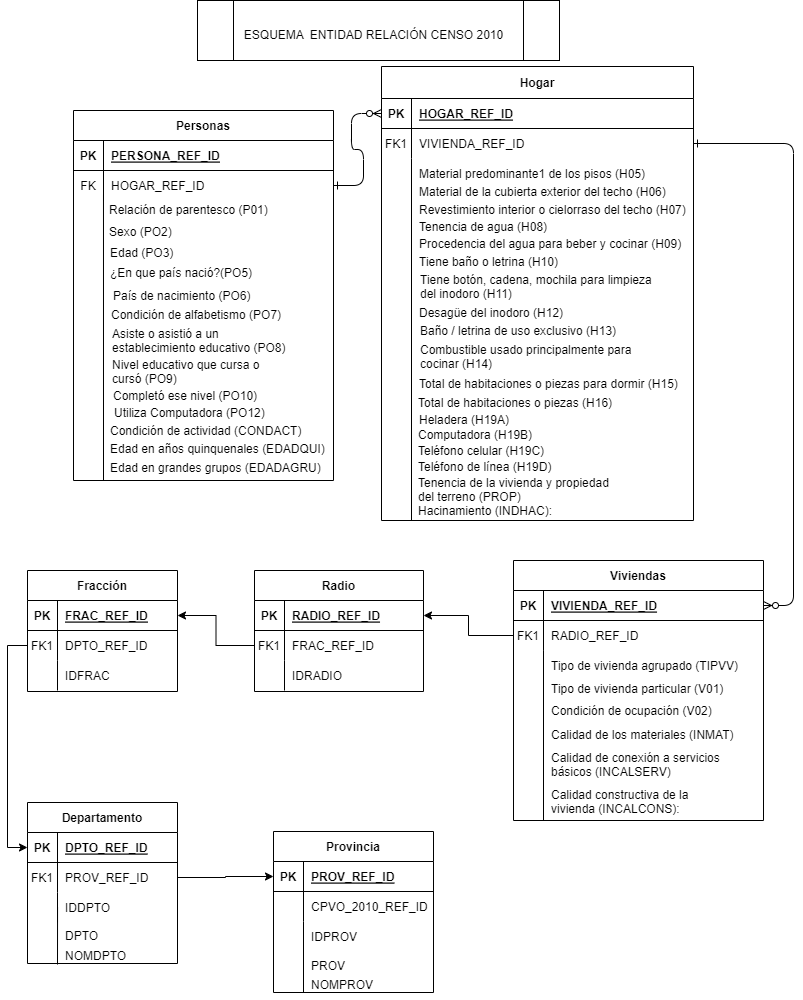
Above: Esquema entidad relación.drawio.png in GuidoLagana/TRABAJOMET4OP (draw.io), before the change. Source tidied: cells renumbered, new cells last; positions are measured from the earlier drawing's top-left corner, leaving out a move shared by most shapes.
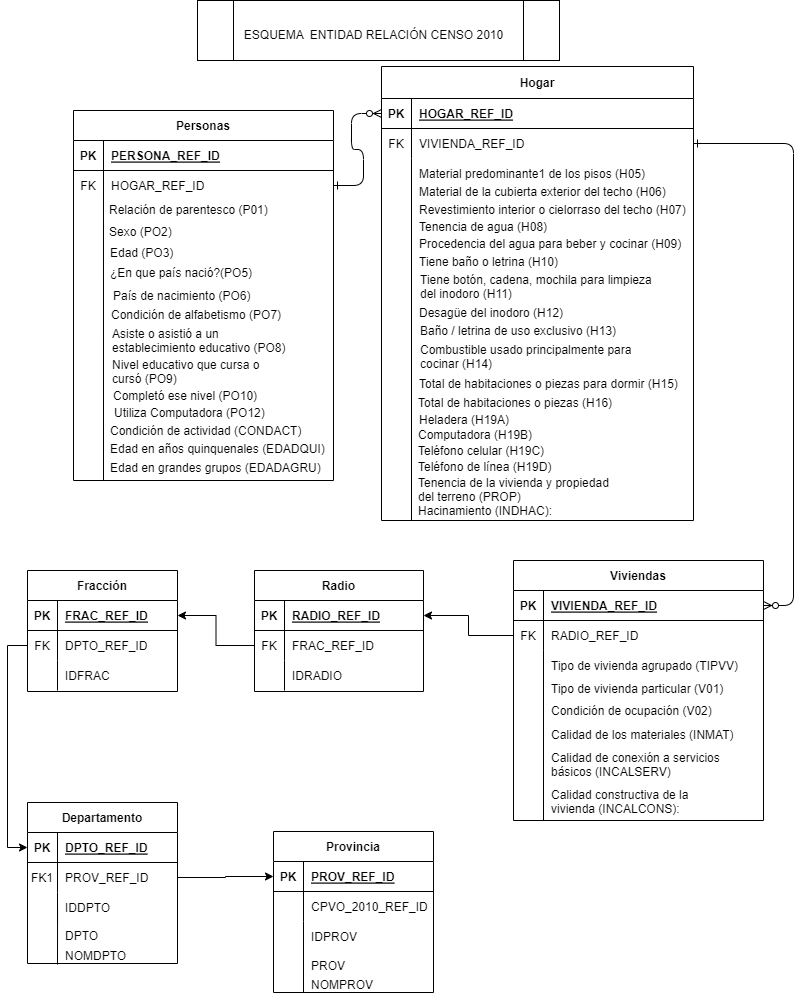
The same diagram one commit later.

Change to the diagram source:
```diff
@@ -29,7 +29,7 @@
     <mxCell id="8" style="shape=partialRectangle;fillColor=none;points=[[0,0.5],[1,0.5]];portConstraint=eastwest;top=0;left=0;right=0;bottom=0;" parent="4" vertex="1">
       <mxGeometry y="62" width="312" height="30" as="geometry" />
     </mxCell>
-    <mxCell id="9" value="FK1" style="shape=partialRectangle;overflow=hidden;fillColor=none;top=0;left=0;bottom=0;right=0;" parent="8" vertex="1">
+    <mxCell id="9" value="FK" style="shape=partialRectangle;overflow=hidden;fillColor=none;top=0;left=0;bottom=0;right=0;" parent="8" vertex="1">
       <mxGeometry width="30" height="30" as="geometry" />
     </mxCell>
     <mxCell id="10" value="VIVIENDA_REF_ID" style="shape=partialRectangle;overflow=hidden;fillColor=none;top=0;left=0;bottom=0;right=0;align=left;spacingLeft=6;" parent="8" vertex="1">
@@ -59,7 +59,7 @@
     <mxCell id="18" style="shape=partialRectangle;fillColor=none;points=[[0,0.5],[1,0.5]];portConstraint=eastwest;top=0;left=0;right=0;bottom=0;" parent="14" vertex="1">
       <mxGeometry y="60" width="250" height="30" as="geometry" />
     </mxCell>
-    <mxCell id="19" value="FK1" style="shape=partialRectangle;overflow=hidden;fillColor=none;top=0;left=0;bottom=0;right=0;" parent="18" vertex="1">
+    <mxCell id="19" value="FK" style="shape=partialRectangle;overflow=hidden;fillColor=none;top=0;left=0;bottom=0;right=0;" parent="18" vertex="1">
       <mxGeometry width="30" height="30" as="geometry" />
     </mxCell>
     <mxCell id="20" value="RADIO_REF_ID" style="shape=partialRectangle;overflow=hidden;fillColor=none;top=0;left=0;bottom=0;right=0;align=left;spacingLeft=6;" parent="18" vertex="1">
@@ -254,7 +254,7 @@
     <mxCell id="83" style="shape=partialRectangle;fillColor=none;points=[[0,0.5],[1,0.5]];portConstraint=eastwest;top=0;left=0;right=0;bottom=0;" parent="79" vertex="1">
       <mxGeometry y="60" width="169" height="30" as="geometry" />
     </mxCell>
-    <mxCell id="84" value="FK1" style="shape=partialRectangle;overflow=hidden;fillColor=none;top=0;left=0;bottom=0;right=0;" parent="83" vertex="1">
+    <mxCell id="84" value="FK" style="shape=partialRectangle;overflow=hidden;fillColor=none;top=0;left=0;bottom=0;right=0;" parent="83" vertex="1">
       <mxGeometry width="30" height="30" as="geometry" />
     </mxCell>
     <mxCell id="85" value="FRAC_REF_ID" style="shape=partialRectangle;overflow=hidden;fillColor=none;top=0;left=0;bottom=0;right=0;align=left;spacingLeft=6;" parent="83" vertex="1">
@@ -293,7 +293,7 @@
     <mxCell id="95" style="shape=partialRectangle;fillColor=none;points=[[0,0.5],[1,0.5]];portConstraint=eastwest;top=0;left=0;right=0;bottom=0;" parent="91" vertex="1">
       <mxGeometry y="60" width="150" height="30" as="geometry" />
     </mxCell>
-    <mxCell id="96" value="FK1" style="shape=partialRectangle;overflow=hidden;fillColor=none;top=0;left=0;bottom=0;right=0;" parent="95" vertex="1">
+    <mxCell id="96" value="FK" style="shape=partialRectangle;overflow=hidden;fillColor=none;top=0;left=0;bottom=0;right=0;" parent="95" vertex="1">
       <mxGeometry width="30" height="30" as="geometry" />
     </mxCell>
     <mxCell id="97" value="DPTO_REF_ID" style="shape=partialRectangle;overflow=hidden;fillColor=none;top=0;left=0;bottom=0;right=0;align=left;spacingLeft=6;" parent="95" vertex="1">
```
